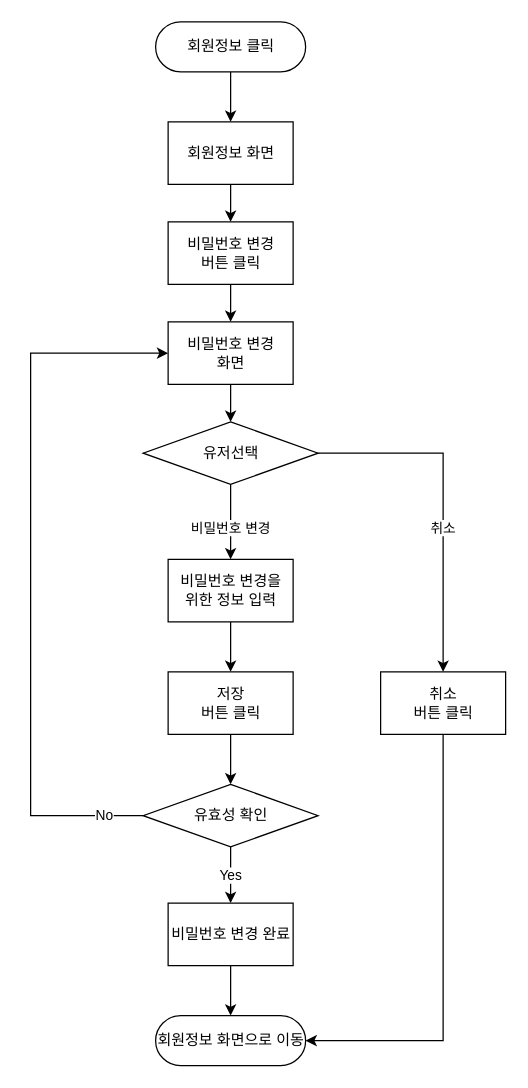
Before: Untitled Diagram.drawio in vankze34/ds_gym, a draw.io diagram. Source tidied: cells renumbered, new cells numbered last; positions are measured from the earlier drawing's top-left corner, leaving out a move shared by most shapes. Both pictures are drawn from the tidied source at 125%, with x=0, y=0 at pixel (30, 21).
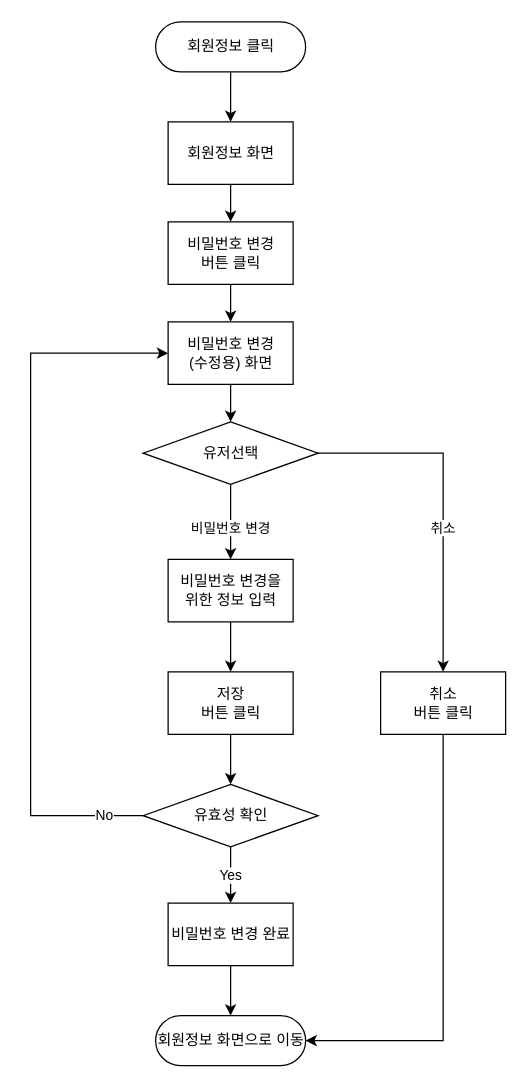
Above is the later version.

The edit, as a diff of the source:
```diff
@@
-    <mxCell id="21" value="비밀번호 변경&lt;br&gt;화면" style="html=1;dashed=0;whitespace=wrap;" parent="1" vertex="1">
+    <mxCell id="21" value="비밀번호 변경 &lt;br&gt;(수정용) 화면" style="html=1;dashed=0;whitespace=wrap;" parent="1" vertex="1">
       <mxGeometry x="110" y="240" width="100" height="50" as="geometry" />
     </mxCell>
```
